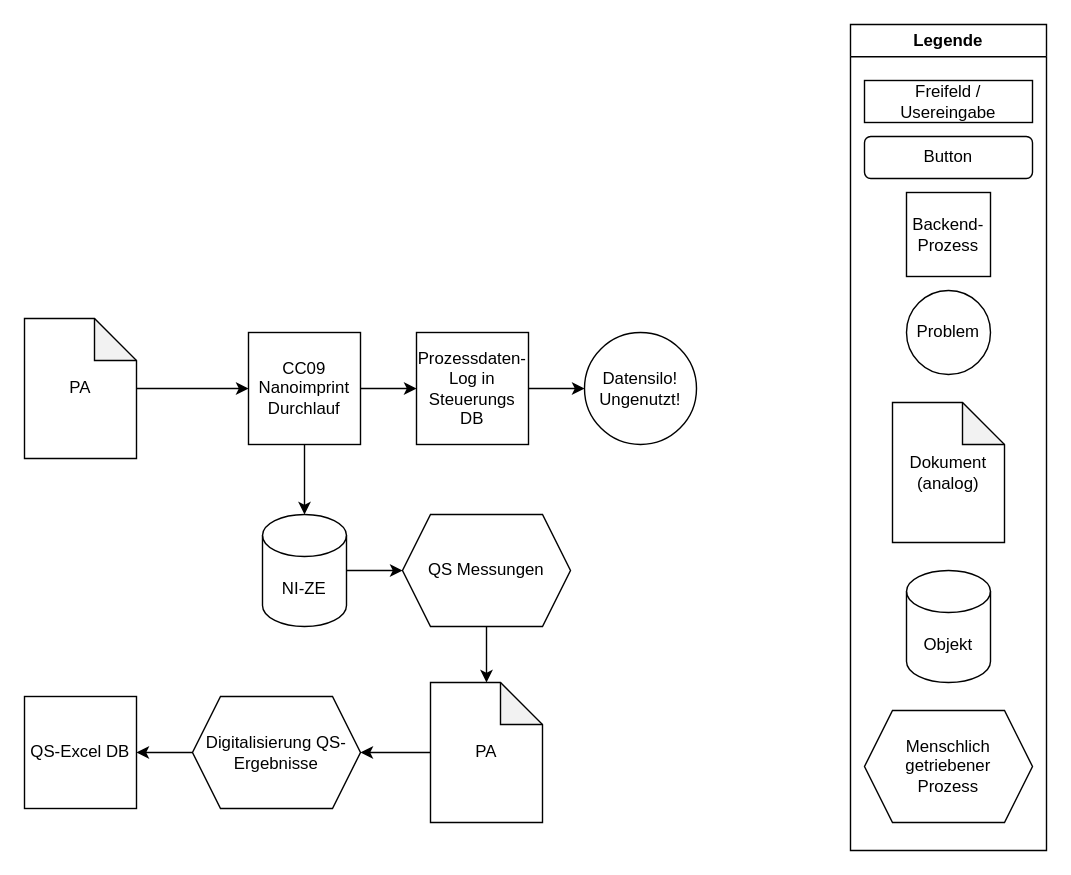
gmpoly/FlowchartKomplett keeps this draw.io diagram as Flow-Chart-Projektbeginn.drawio. Above is the earlier version. Source tidied: cells renumbered, new cells numbered last; positions are measured from the earlier drawing's top-left corner, leaving out a move shared by most shapes. Both pictures are drawn from the tidied source at 140%, with x=0, y=0 at pixel (24, 24).
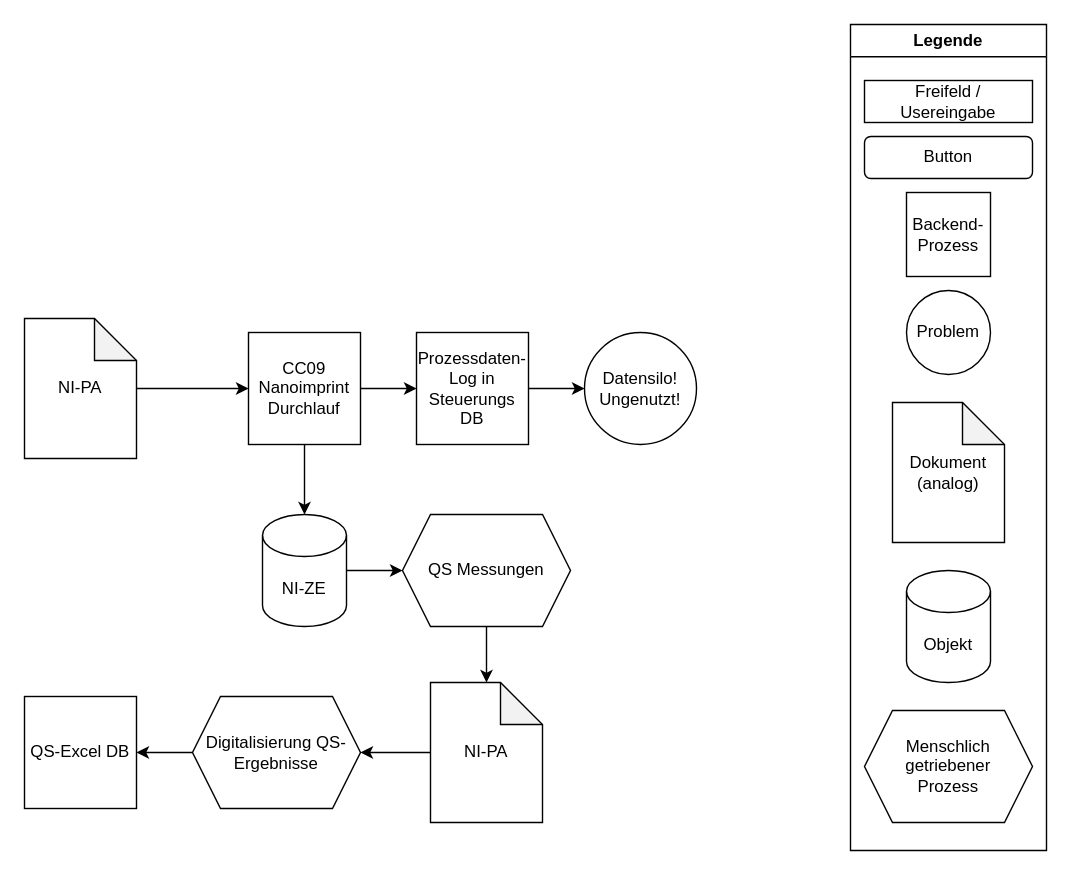
The same page after the edit.

Commit message (it also covers changes not shown here):
Beide erweitert

The edit, as a diff of the source:
```diff
@@
-    <mxCell id="15" value="PA" style="shape=note;whiteSpace=wrap;html=1;backgroundOutline=1;darkOpacity=0.05;" parent="1" vertex="1">
+    <mxCell id="15" value="NI-PA" style="shape=note;whiteSpace=wrap;html=1;backgroundOutline=1;darkOpacity=0.05;" parent="1" vertex="1">
       <mxGeometry y="210" width="80" height="100" as="geometry" />
     </mxCell>
@@
-    <mxCell id="21" value="PA" style="shape=note;whiteSpace=wrap;html=1;backgroundOutline=1;darkOpacity=0.05;" parent="1" vertex="1">
+    <mxCell id="21" value="NI-PA" style="shape=note;whiteSpace=wrap;html=1;backgroundOutline=1;darkOpacity=0.05;" parent="1" vertex="1">
       <mxGeometry x="290" y="470" width="80" height="100" as="geometry" />
     </mxCell>
```
